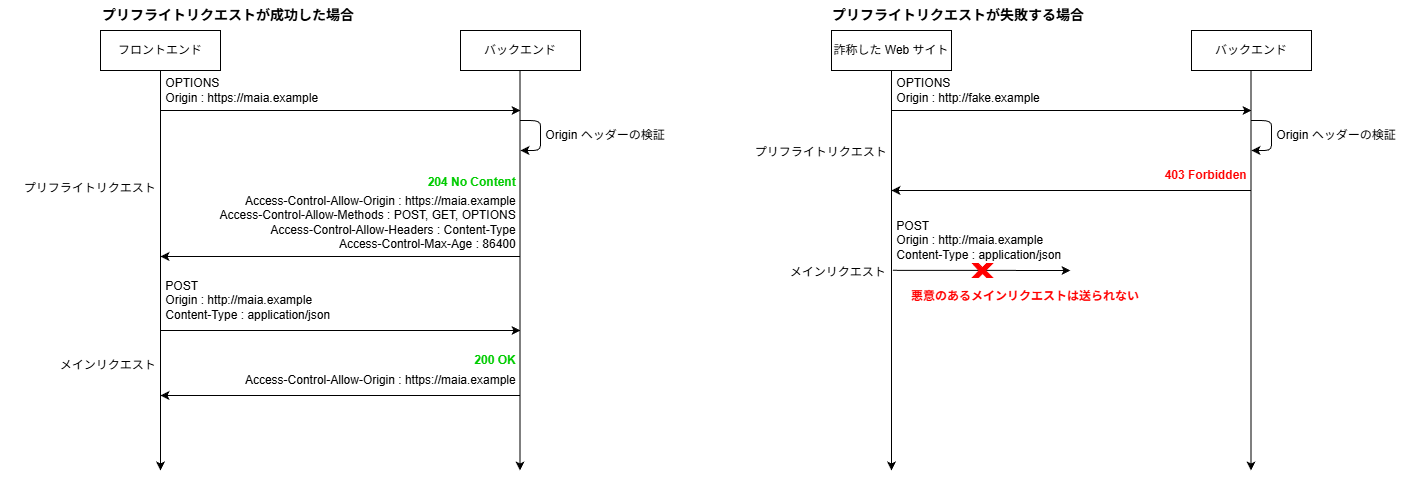
Before: documents/contents/images/app-architecture/security/preflight-request-light.png, a diagram exported from draw.io (AlesInfiny/maris). Source tidied: cells renumbered, new cells last; positions are measured from the earlier drawing's top-left corner, leaving out a move shared by most shapes. The source it was exported from:
```xml
<mxGraphModel>
  <root>
    <mxCell id="0" />
    <mxCell id="1" parent="0" />
    <mxCell id="2" value="フロントエンド" style="rounded=0;whiteSpace=wrap;html=1;" parent="1" vertex="1">
      <mxGeometry x="100" y="30" width="120" height="40" as="geometry" />
    </mxCell>
    <mxCell id="3" value="バックエンド" style="rounded=0;whiteSpace=wrap;html=1;" parent="1" vertex="1">
      <mxGeometry x="460" y="30" width="120" height="40" as="geometry" />
    </mxCell>
    <mxCell id="4" style="endArrow=classic;html=1;exitX=0.5;exitY=1;exitDx=0;exitDy=0;" parent="1" edge="1" source="2">
      <mxGeometry relative="1" as="geometry">
        <mxPoint x="160" y="470" as="targetPoint" />
      </mxGeometry>
    </mxCell>
    <mxCell id="5" style="endArrow=classic;html=1;exitX=0.5;exitY=1;exitDx=0;exitDy=0;" parent="1" edge="1">
      <mxGeometry relative="1" as="geometry">
        <mxPoint x="519.5" y="70" as="sourcePoint" />
        <mxPoint x="519.5" y="470" as="targetPoint" />
      </mxGeometry>
    </mxCell>
    <mxCell id="6" style="endArrow=classic;html=1;" parent="1" edge="1">
      <mxGeometry relative="1" as="geometry">
        <mxPoint x="160" y="110" as="sourcePoint" />
        <mxPoint x="520" y="110" as="targetPoint" />
      </mxGeometry>
    </mxCell>
    <mxCell id="7" value="&amp;nbsp;OPTIONS&lt;br&gt;&amp;nbsp;Origin : https://maia.example" style="text;html=1;align=left;verticalAlign=middle;strokeColor=none;fillColor=none;" parent="1" vertex="1">
      <mxGeometry x="160" y="70" width="180" height="40" as="geometry" />
    </mxCell>
    <mxCell id="8" style="endArrow=classic;html=1;" parent="1" edge="1">
      <mxGeometry relative="1" as="geometry">
        <mxPoint x="520" y="120" as="sourcePoint" />
        <mxPoint x="520" y="150" as="targetPoint" />
        <Array as="points">
          <mxPoint x="540" y="120" />
          <mxPoint x="540" y="130" />
          <mxPoint x="540" y="150" />
        </Array>
      </mxGeometry>
    </mxCell>
    <mxCell id="9" value="&amp;nbsp;Origin ヘッダーの検証" style="text;html=1;align=left;verticalAlign=middle;strokeColor=none;fillColor=none;" parent="1" vertex="1">
      <mxGeometry x="540" y="120" width="150" height="30" as="geometry" />
    </mxCell>
    <mxCell id="10" style="endArrow=classic;html=1;" parent="1" edge="1">
      <mxGeometry relative="1" as="geometry">
        <mxPoint x="520" y="256" as="sourcePoint" />
        <mxPoint x="160" y="256" as="targetPoint" />
      </mxGeometry>
    </mxCell>
    <mxCell id="11" value="&lt;b&gt;&lt;font style=&quot;color: rgb(0, 204, 0);&quot;&gt;&amp;nbsp; &amp;nbsp; &amp;nbsp;204 No Content&amp;nbsp;&lt;/font&gt;&lt;/b&gt;" style="text;html=1;align=right;verticalAlign=middle;strokeColor=none;fillColor=none;" parent="1" vertex="1">
      <mxGeometry x="390" y="167" width="130" height="30" as="geometry" />
    </mxCell>
    <mxCell id="12" value="&lt;font style=&quot;color: rgb(0, 0, 0);&quot;&gt;Access-Control-Allow-Origin : https://maia.example&amp;nbsp;&lt;br&gt;Access-Control-Allow-Methods : POST, GET, OPTIONS&amp;nbsp;&lt;br&gt;Access-Control-Allow-Headers : Content-Type&amp;nbsp;&lt;br&gt;Access-Control-Max-Age : 86400&amp;nbsp;&lt;/font&gt;" style="text;html=1;align=right;verticalAlign=middle;strokeColor=none;fillColor=none;" parent="1" vertex="1">
      <mxGeometry x="200" y="187" width="320" height="70" as="geometry" />
    </mxCell>
    <mxCell id="13" value="プリフライトリクエスト&amp;nbsp;" style="text;html=1;align=right;verticalAlign=middle;strokeColor=none;fillColor=none;" parent="1" vertex="1">
      <mxGeometry y="173" width="160" height="30" as="geometry" />
    </mxCell>
    <mxCell id="14" style="endArrow=classic;html=1;" parent="1" edge="1">
      <mxGeometry relative="1" as="geometry">
        <mxPoint x="160" y="330" as="sourcePoint" />
        <mxPoint x="520" y="330" as="targetPoint" />
      </mxGeometry>
    </mxCell>
    <mxCell id="15" value="&amp;nbsp;POST&lt;br&gt;&amp;nbsp;Origin : http://maia.example&lt;br&gt;&amp;nbsp;Content-Type : application/json" style="text;html=1;align=left;verticalAlign=middle;strokeColor=none;fillColor=none;" parent="1" vertex="1">
      <mxGeometry x="160" y="270" width="190" height="60" as="geometry" />
    </mxCell>
    <mxCell id="16" style="endArrow=classic;html=1;" parent="1" edge="1">
      <mxGeometry relative="1" as="geometry">
        <mxPoint x="520" y="395" as="sourcePoint" />
        <mxPoint x="160" y="395" as="targetPoint" />
      </mxGeometry>
    </mxCell>
    <mxCell id="17" value="&lt;b&gt;&lt;font style=&quot;color: rgb(0, 204, 0);&quot;&gt;&amp;nbsp; &amp;nbsp; &amp;nbsp;200 OK&amp;nbsp;&lt;/font&gt;&lt;/b&gt;" style="text;html=1;align=right;verticalAlign=middle;strokeColor=none;fillColor=none;" parent="1" vertex="1">
      <mxGeometry x="440" y="345" width="80" height="30" as="geometry" />
    </mxCell>
    <mxCell id="18" value="&lt;font style=&quot;color: rgb(0, 0, 0);&quot;&gt;Access-Control-Allow-Origin : https://maia.example&amp;nbsp;&lt;br&gt;&lt;/font&gt;" style="text;html=1;align=right;verticalAlign=middle;strokeColor=none;fillColor=none;" parent="1" vertex="1">
      <mxGeometry x="220" y="365" width="300" height="30" as="geometry" />
    </mxCell>
    <mxCell id="19" value="メインリクエスト&amp;nbsp;" style="text;html=1;align=right;verticalAlign=middle;strokeColor=none;fillColor=none;" parent="1" vertex="1">
      <mxGeometry x="40" y="350" width="120" height="30" as="geometry" />
    </mxCell>
    <mxCell id="20" value="詐称した Web サイト" style="rounded=0;whiteSpace=wrap;html=1;" parent="1" vertex="1">
      <mxGeometry x="831" y="30" width="120" height="40" as="geometry" />
    </mxCell>
    <mxCell id="21" value="バックエンド" style="rounded=0;whiteSpace=wrap;html=1;" parent="1" vertex="1">
      <mxGeometry x="1191" y="30" width="120" height="40" as="geometry" />
    </mxCell>
    <mxCell id="22" style="endArrow=classic;html=1;exitX=0.5;exitY=1;exitDx=0;exitDy=0;" parent="1" edge="1" source="20">
      <mxGeometry relative="1" as="geometry">
        <mxPoint x="891" y="470" as="targetPoint" />
      </mxGeometry>
    </mxCell>
    <mxCell id="23" style="endArrow=classic;html=1;exitX=0.5;exitY=1;exitDx=0;exitDy=0;" parent="1" edge="1">
      <mxGeometry relative="1" as="geometry">
        <mxPoint x="1250.5" y="70" as="sourcePoint" />
        <mxPoint x="1250.5" y="470" as="targetPoint" />
      </mxGeometry>
    </mxCell>
    <mxCell id="24" style="endArrow=classic;html=1;" parent="1" edge="1">
      <mxGeometry relative="1" as="geometry">
        <mxPoint x="891" y="110" as="sourcePoint" />
        <mxPoint x="1251" y="110" as="targetPoint" />
      </mxGeometry>
    </mxCell>
    <mxCell id="25" value="&amp;nbsp;OPTIONS&lt;br&gt;&amp;nbsp;Origin : http://fake.example" style="text;html=1;align=left;verticalAlign=middle;strokeColor=none;fillColor=none;" parent="1" vertex="1">
      <mxGeometry x="891" y="70" width="170" height="40" as="geometry" />
    </mxCell>
    <mxCell id="26" style="endArrow=classic;html=1;" parent="1" edge="1">
      <mxGeometry relative="1" as="geometry">
        <mxPoint x="1251" y="120" as="sourcePoint" />
        <mxPoint x="1251" y="150" as="targetPoint" />
        <Array as="points">
          <mxPoint x="1271" y="120" />
          <mxPoint x="1271" y="130" />
          <mxPoint x="1271" y="150" />
        </Array>
      </mxGeometry>
    </mxCell>
    <mxCell id="27" value="&amp;nbsp;Origin ヘッダーの検証" style="text;html=1;align=left;verticalAlign=middle;strokeColor=none;fillColor=none;" parent="1" vertex="1">
      <mxGeometry x="1271" y="120" width="150" height="30" as="geometry" />
    </mxCell>
    <mxCell id="28" style="endArrow=classic;html=1;" parent="1" edge="1">
      <mxGeometry relative="1" as="geometry">
        <mxPoint x="1251" y="190" as="sourcePoint" />
        <mxPoint x="891" y="190" as="targetPoint" />
      </mxGeometry>
    </mxCell>
    <mxCell id="29" value="&lt;b&gt;&lt;font style=&quot;color: rgb(255, 0, 0);&quot;&gt;&amp;nbsp; &amp;nbsp; &amp;nbsp;403 Forbidden&amp;nbsp;&lt;/font&gt;&lt;/b&gt;" style="text;html=1;align=right;verticalAlign=middle;strokeColor=none;fillColor=none;" parent="1" vertex="1">
      <mxGeometry x="1121" y="160" width="130" height="30" as="geometry" />
    </mxCell>
    <mxCell id="30" value="プリフライトリクエスト&amp;nbsp;" style="text;html=1;align=right;verticalAlign=middle;strokeColor=none;fillColor=none;" parent="1" vertex="1">
      <mxGeometry x="731" y="137" width="160" height="30" as="geometry" />
    </mxCell>
    <mxCell id="31" style="endArrow=classic;html=1;exitX=1.028;exitY=0.427;exitDx=0;exitDy=0;exitPerimeter=0;" parent="1" edge="1">
      <mxGeometry relative="1" as="geometry">
        <mxPoint x="892.4" y="269.8" as="sourcePoint" />
        <mxPoint x="1070" y="270" as="targetPoint" />
      </mxGeometry>
    </mxCell>
    <mxCell id="32" value="メインリクエスト&amp;nbsp;" style="text;html=1;align=right;verticalAlign=middle;strokeColor=none;fillColor=none;" parent="1" vertex="1">
      <mxGeometry x="770" y="257" width="120" height="30" as="geometry" />
    </mxCell>
    <mxCell id="33" style="verticalLabelPosition=bottom;verticalAlign=top;html=1;shape=mxgraph.basic.x;fontColor=#FF0000;fillColor=#FF0000;strokeColor=#FF0000;" parent="1" vertex="1">
      <mxGeometry x="972" y="263" width="20" height="14" as="geometry" />
    </mxCell>
    <mxCell id="34" value="&amp;nbsp;POST&lt;br&gt;&amp;nbsp;Origin : http://maia.example&lt;br&gt;&amp;nbsp;Content-Type : application/json" style="text;html=1;align=left;verticalAlign=middle;strokeColor=none;fillColor=none;" parent="1" vertex="1">
      <mxGeometry x="891" y="210" width="190" height="60" as="geometry" />
    </mxCell>
    <mxCell id="35" value="&lt;b&gt;&lt;font&gt;&lt;font style=&quot;color: rgb(255, 0, 0);&quot;&gt;悪意のある&lt;/font&gt;&lt;span style=&quot;background-color: transparent;&quot;&gt;&lt;font style=&quot;color: rgb(255, 0, 0);&quot;&gt;メインリクエストは送られない&lt;/font&gt;&lt;/span&gt;&lt;/font&gt;&lt;/b&gt;" style="text;html=1;align=left;verticalAlign=middle;strokeColor=none;fillColor=none;" parent="1" vertex="1">
      <mxGeometry x="909" y="281" width="250" height="30" as="geometry" />
    </mxCell>
    <mxCell id="36" value="&lt;font style=&quot;font-size: 14px;&quot;&gt;&lt;b&gt;プリフライトリクエストが成功した場合&lt;/b&gt;&lt;/font&gt;" style="text;html=1;align=left;verticalAlign=middle;strokeColor=none;fillColor=none;" parent="1" vertex="1">
      <mxGeometry x="100" width="280" height="30" as="geometry" />
    </mxCell>
    <mxCell id="37" value="&lt;font style=&quot;font-size: 14px;&quot;&gt;&lt;b&gt;プリフライトリクエストが失敗する場合&lt;/b&gt;&lt;/font&gt;" style="text;html=1;align=left;verticalAlign=middle;strokeColor=none;fillColor=none;" parent="1" vertex="1">
      <mxGeometry x="830" width="280" height="30" as="geometry" />
    </mxCell>
  </root>
</mxGraphModel>
```
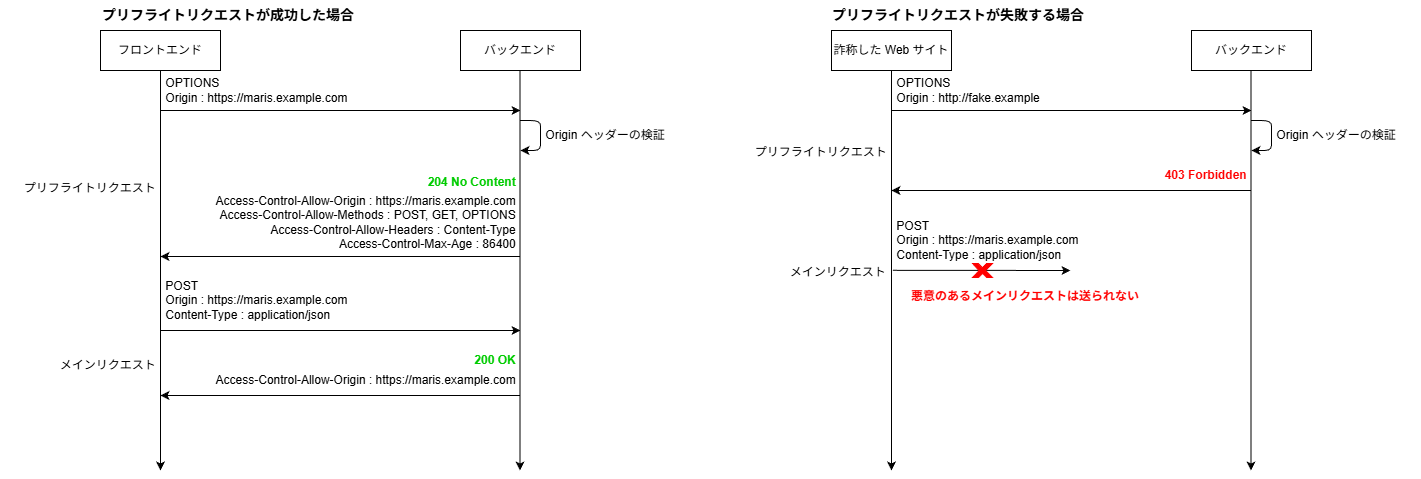
Above is the later version.

Change to the diagram source:
```diff
@@ -25,7 +25,7 @@
         <mxPoint x="520" y="110" as="targetPoint" />
       </mxGeometry>
     </mxCell>
-    <mxCell id="7" value="&amp;nbsp;OPTIONS&lt;br&gt;&amp;nbsp;Origin : https://maia.example" style="text;html=1;align=left;verticalAlign=middle;strokeColor=none;fillColor=none;" parent="1" vertex="1">
+    <mxCell id="7" value="&amp;nbsp;OPTIONS&lt;br&gt;&amp;nbsp;Origin : https://maris.example.com" style="text;html=1;align=left;verticalAlign=middle;strokeColor=none;fillColor=none;" parent="1" vertex="1">
       <mxGeometry x="160" y="70" width="180" height="40" as="geometry" />
     </mxCell>
     <mxCell id="8" style="endArrow=classic;html=1;" parent="1" edge="1">
@@ -51,7 +51,7 @@
     <mxCell id="11" value="&lt;b&gt;&lt;font style=&quot;color: rgb(0, 204, 0);&quot;&gt;&amp;nbsp; &amp;nbsp; &amp;nbsp;204 No Content&amp;nbsp;&lt;/font&gt;&lt;/b&gt;" style="text;html=1;align=right;verticalAlign=middle;strokeColor=none;fillColor=none;" parent="1" vertex="1">
       <mxGeometry x="390" y="167" width="130" height="30" as="geometry" />
     </mxCell>
-    <mxCell id="12" value="&lt;font style=&quot;color: rgb(0, 0, 0);&quot;&gt;Access-Control-Allow-Origin : https://maia.example&amp;nbsp;&lt;br&gt;Access-Control-Allow-Methods : POST, GET, OPTIONS&amp;nbsp;&lt;br&gt;Access-Control-Allow-Headers : Content-Type&amp;nbsp;&lt;br&gt;Access-Control-Max-Age : 86400&amp;nbsp;&lt;/font&gt;" style="text;html=1;align=right;verticalAlign=middle;strokeColor=none;fillColor=none;" parent="1" vertex="1">
+    <mxCell id="12" value="&lt;font style=&quot;color: rgb(0, 0, 0);&quot;&gt;Access-Control-Allow-Origin : https://maris.example.com&amp;nbsp;&lt;br&gt;Access-Control-Allow-Methods : POST, GET, OPTIONS&amp;nbsp;&lt;br&gt;Access-Control-Allow-Headers : Content-Type&amp;nbsp;&lt;br&gt;Access-Control-Max-Age : 86400&amp;nbsp;&lt;/font&gt;" style="text;html=1;align=right;verticalAlign=middle;strokeColor=none;fillColor=none;" parent="1" vertex="1">
       <mxGeometry x="200" y="187" width="320" height="70" as="geometry" />
     </mxCell>
     <mxCell id="13" value="プリフライトリクエスト&amp;nbsp;" style="text;html=1;align=right;verticalAlign=middle;strokeColor=none;fillColor=none;" parent="1" vertex="1">
@@ -63,7 +63,7 @@
         <mxPoint x="520" y="330" as="targetPoint" />
       </mxGeometry>
     </mxCell>
-    <mxCell id="15" value="&amp;nbsp;POST&lt;br&gt;&amp;nbsp;Origin : http://maia.example&lt;br&gt;&amp;nbsp;Content-Type : application/json" style="text;html=1;align=left;verticalAlign=middle;strokeColor=none;fillColor=none;" parent="1" vertex="1">
+    <mxCell id="15" value="&amp;nbsp;POST&lt;br&gt;&amp;nbsp;Origin : https://maris.example.com&lt;br&gt;&amp;nbsp;Content-Type : application/json" style="text;html=1;align=left;verticalAlign=middle;strokeColor=none;fillColor=none;" parent="1" vertex="1">
       <mxGeometry x="160" y="270" width="190" height="60" as="geometry" />
     </mxCell>
     <mxCell id="16" style="endArrow=classic;html=1;" parent="1" edge="1">
@@ -75,7 +75,7 @@
     <mxCell id="17" value="&lt;b&gt;&lt;font style=&quot;color: rgb(0, 204, 0);&quot;&gt;&amp;nbsp; &amp;nbsp; &amp;nbsp;200 OK&amp;nbsp;&lt;/font&gt;&lt;/b&gt;" style="text;html=1;align=right;verticalAlign=middle;strokeColor=none;fillColor=none;" parent="1" vertex="1">
       <mxGeometry x="440" y="345" width="80" height="30" as="geometry" />
     </mxCell>
-    <mxCell id="18" value="&lt;font style=&quot;color: rgb(0, 0, 0);&quot;&gt;Access-Control-Allow-Origin : https://maia.example&amp;nbsp;&lt;br&gt;&lt;/font&gt;" style="text;html=1;align=right;verticalAlign=middle;strokeColor=none;fillColor=none;" parent="1" vertex="1">
+    <mxCell id="18" value="&lt;font style=&quot;color: rgb(0, 0, 0);&quot;&gt;Access-Control-Allow-Origin : https://maris.example.com&amp;nbsp;&lt;br&gt;&lt;/font&gt;" style="text;html=1;align=right;verticalAlign=middle;strokeColor=none;fillColor=none;" parent="1" vertex="1">
       <mxGeometry x="220" y="365" width="300" height="30" as="geometry" />
     </mxCell>
     <mxCell id="19" value="メインリクエスト&amp;nbsp;" style="text;html=1;align=right;verticalAlign=middle;strokeColor=none;fillColor=none;" parent="1" vertex="1">
@@ -145,7 +145,7 @@
     <mxCell id="33" style="verticalLabelPosition=bottom;verticalAlign=top;html=1;shape=mxgraph.basic.x;fontColor=#FF0000;fillColor=#FF0000;strokeColor=#FF0000;" parent="1" vertex="1">
       <mxGeometry x="972" y="263" width="20" height="14" as="geometry" />
     </mxCell>
-    <mxCell id="34" value="&amp;nbsp;POST&lt;br&gt;&amp;nbsp;Origin : http://maia.example&lt;br&gt;&amp;nbsp;Content-Type : application/json" style="text;html=1;align=left;verticalAlign=middle;strokeColor=none;fillColor=none;" parent="1" vertex="1">
+    <mxCell id="34" value="&amp;nbsp;POST&lt;br&gt;&amp;nbsp;Origin : https://maris.example.com&lt;br&gt;&amp;nbsp;Content-Type : application/json" style="text;html=1;align=left;verticalAlign=middle;strokeColor=none;fillColor=none;" parent="1" vertex="1">
       <mxGeometry x="891" y="210" width="190" height="60" as="geometry" />
     </mxCell>
     <mxCell id="35" value="&lt;b&gt;&lt;font&gt;&lt;font style=&quot;color: rgb(255, 0, 0);&quot;&gt;悪意のある&lt;/font&gt;&lt;span style=&quot;background-color: transparent;&quot;&gt;&lt;font style=&quot;color: rgb(255, 0, 0);&quot;&gt;メインリクエストは送られない&lt;/font&gt;&lt;/span&gt;&lt;/font&gt;&lt;/b&gt;" style="text;html=1;align=left;verticalAlign=middle;strokeColor=none;fillColor=none;" parent="1" vertex="1">
```
